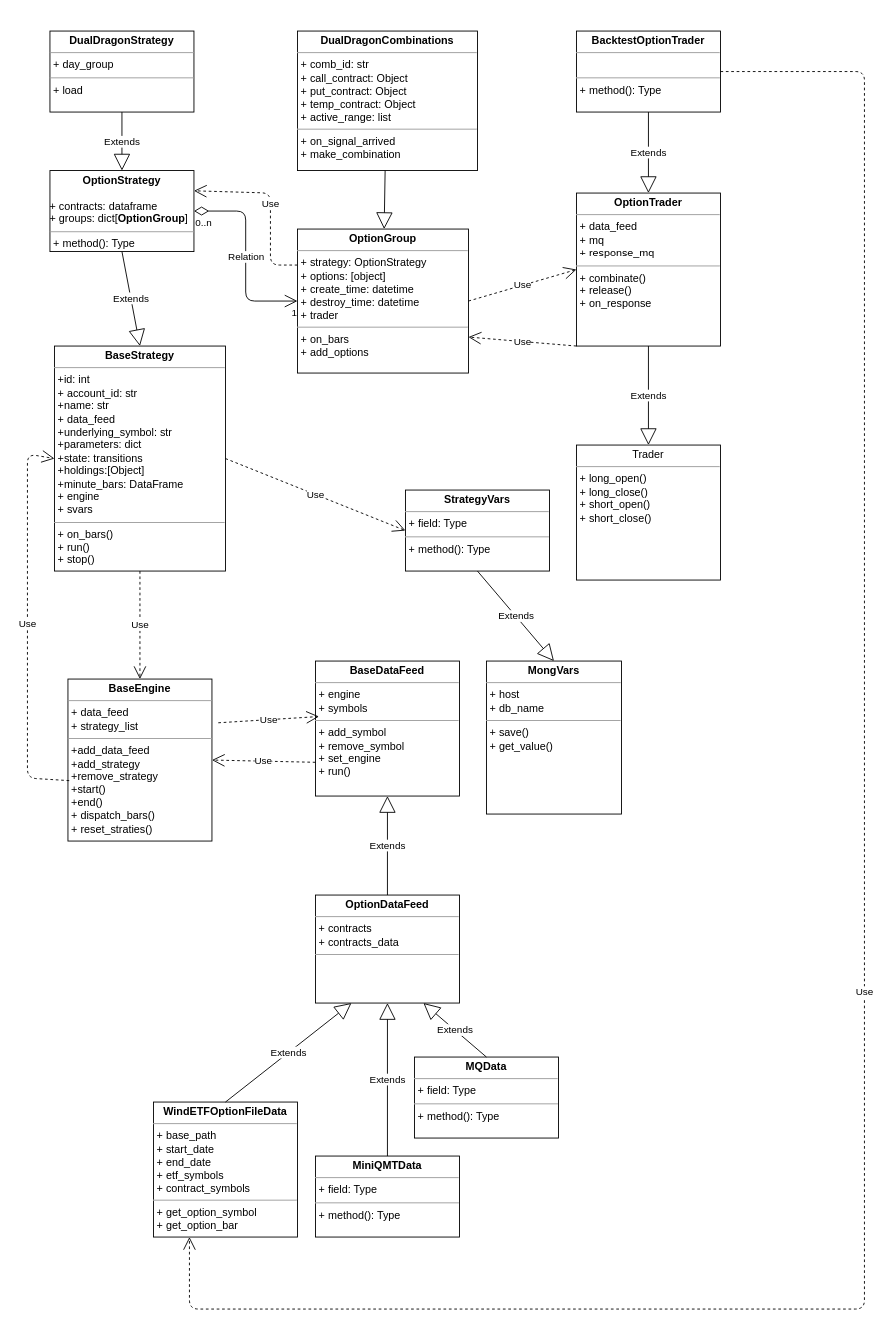
The draw.io diagram page "第 1 页" (1 of 2) of arch.drawio in pentcn/oquant, before the edit. Source tidied: cells renumbered, new cells numbered last; positions are measured from the earlier drawing's top-left corner, leaving out a move shared by most shapes. Both pictures are drawn from the tidied source at 90%, with x=0, y=0 at pixel (27, 31).
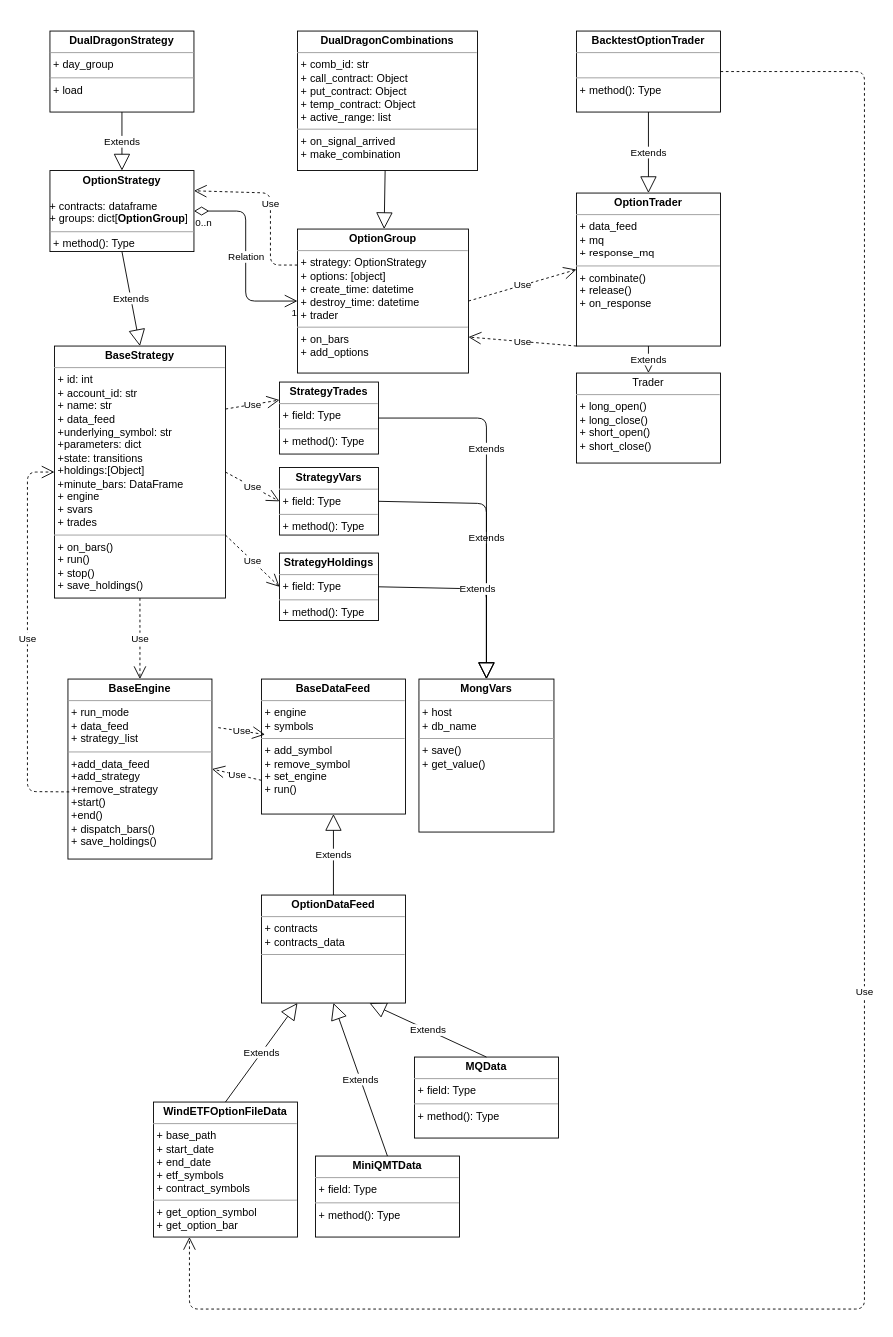
After the change.

Diff of the diagram source:
```diff
@@
-    <mxCell id="2" value="&lt;p style=&quot;margin:0px;margin-top:4px;text-align:center;&quot;&gt;&lt;b&gt;BaseStrategy&lt;/b&gt;&lt;/p&gt;&lt;hr size=&quot;1&quot;&gt;&lt;p style=&quot;margin:0px;margin-left:4px;&quot;&gt;+id: int&lt;/p&gt;&lt;p style=&quot;margin:0px;margin-left:4px;&quot;&gt;+&amp;nbsp;account_id: str&lt;br&gt;+name: str&lt;/p&gt;&lt;p style=&quot;margin:0px;margin-left:4px;&quot;&gt;+ data_feed&lt;br&gt;+underlying_symbol: str&lt;br&gt;&lt;span style=&quot;background-color: initial;&quot;&gt;+parameters: dict&lt;/span&gt;&lt;br&gt;&lt;/p&gt;&lt;p style=&quot;margin:0px;margin-left:4px;&quot;&gt;+state: transitions&lt;br&gt;+holdings:[Object]&lt;br&gt;+minute_bars: DataFrame&lt;/p&gt;&lt;p style=&quot;margin:0px;margin-left:4px;&quot;&gt;+ engine&lt;/p&gt;&lt;p style=&quot;margin:0px;margin-left:4px;&quot;&gt;+ svars&lt;/p&gt;&lt;hr size=&quot;1&quot;&gt;&lt;p style=&quot;margin:0px;margin-left:4px;&quot;&gt;&lt;span style=&quot;background-color: initial;&quot;&gt;+ on_bars()&lt;/span&gt;&lt;br&gt;&lt;/p&gt;&lt;p style=&quot;margin:0px;margin-left:4px;&quot;&gt;+ run()&lt;/p&gt;&lt;p style=&quot;margin:0px;margin-left:4px;&quot;&gt;+ stop()&lt;/p&gt;&lt;p style=&quot;margin:0px;margin-left:4px;&quot;&gt;&lt;br&gt;&lt;/p&gt;" style="verticalAlign=top;align=left;overflow=fill;fontSize=12;fontFamily=Helvetica;html=1;" parent="1" vertex="1">
-      <mxGeometry x="30" y="350" width="190" height="250" as="geometry" />
+    <mxCell id="2" value="&lt;p style=&quot;margin:0px;margin-top:4px;text-align:center;&quot;&gt;&lt;b&gt;BaseStrategy&lt;/b&gt;&lt;/p&gt;&lt;hr size=&quot;1&quot;&gt;&lt;p style=&quot;margin:0px;margin-left:4px;&quot;&gt;+ id: int&lt;/p&gt;&lt;p style=&quot;margin:0px;margin-left:4px;&quot;&gt;+&amp;nbsp;account_id: str&lt;br&gt;+ name: str&lt;/p&gt;&lt;p style=&quot;margin:0px;margin-left:4px;&quot;&gt;+ data_feed&lt;br&gt;+underlying_symbol: str&lt;br&gt;&lt;span style=&quot;background-color: initial;&quot;&gt;+parameters: dict&lt;/span&gt;&lt;br&gt;&lt;/p&gt;&lt;p style=&quot;margin:0px;margin-left:4px;&quot;&gt;+state: transitions&lt;br&gt;+holdings:[Object]&lt;br&gt;+minute_bars: DataFrame&lt;/p&gt;&lt;p style=&quot;margin:0px;margin-left:4px;&quot;&gt;+ engine&lt;/p&gt;&lt;p style=&quot;margin:0px;margin-left:4px;&quot;&gt;+ svars&lt;br&gt;+ trades&lt;/p&gt;&lt;hr size=&quot;1&quot;&gt;&lt;p style=&quot;margin:0px;margin-left:4px;&quot;&gt;&lt;span style=&quot;background-color: initial;&quot;&gt;+ on_bars()&lt;/span&gt;&lt;br&gt;&lt;/p&gt;&lt;p style=&quot;margin:0px;margin-left:4px;&quot;&gt;+ run()&lt;/p&gt;&lt;p style=&quot;margin:0px;margin-left:4px;&quot;&gt;+ stop()&lt;/p&gt;&lt;p style=&quot;margin:0px;margin-left:4px;&quot;&gt;+ save_holdings()&lt;/p&gt;&lt;p style=&quot;margin:0px;margin-left:4px;&quot;&gt;&lt;br&gt;&lt;/p&gt;" style="verticalAlign=top;align=left;overflow=fill;fontSize=12;fontFamily=Helvetica;html=1;" parent="1" vertex="1">
+      <mxGeometry x="30" y="350" width="190" height="280" as="geometry" />
     </mxCell>
@@
-    <mxCell id="9" value="&lt;p style=&quot;margin:0px;margin-top:4px;text-align:center;&quot;&gt;&lt;b&gt;BaseEngine&lt;/b&gt;&lt;/p&gt;&lt;hr size=&quot;1&quot;&gt;&lt;p style=&quot;margin:0px;margin-left:4px;&quot;&gt;+ data_feed&lt;br&gt;+ strategy_list&lt;/p&gt;&lt;hr size=&quot;1&quot;&gt;&lt;p style=&quot;margin:0px;margin-left:4px;&quot;&gt;+add_data_feed&lt;/p&gt;&lt;p style=&quot;margin:0px;margin-left:4px;&quot;&gt;+add_strategy&lt;/p&gt;&lt;p style=&quot;margin:0px;margin-left:4px;&quot;&gt;+remove_strategy&lt;/p&gt;&lt;p style=&quot;margin:0px;margin-left:4px;&quot;&gt;+start()&lt;/p&gt;&lt;p style=&quot;margin:0px;margin-left:4px;&quot;&gt;+end()&lt;/p&gt;&lt;p style=&quot;margin:0px;margin-left:4px;&quot;&gt;+ dispatch_bars()&lt;/p&gt;&lt;p style=&quot;margin:0px;margin-left:4px;&quot;&gt;+ reset_straties()&lt;/p&gt;" style="verticalAlign=top;align=left;overflow=fill;fontSize=12;fontFamily=Helvetica;html=1;" parent="1" vertex="1">
-      <mxGeometry x="45" y="720" width="160" height="180" as="geometry" />
+    <mxCell id="9" value="&lt;p style=&quot;margin:0px;margin-top:4px;text-align:center;&quot;&gt;&lt;b&gt;BaseEngine&lt;/b&gt;&lt;/p&gt;&lt;hr size=&quot;1&quot;&gt;&lt;p style=&quot;margin:0px;margin-left:4px;&quot;&gt;+ run_mode&lt;br&gt;+ data_feed&lt;br&gt;+ strategy_list&lt;/p&gt;&lt;hr size=&quot;1&quot;&gt;&lt;p style=&quot;margin:0px;margin-left:4px;&quot;&gt;+add_data_feed&lt;/p&gt;&lt;p style=&quot;margin:0px;margin-left:4px;&quot;&gt;+add_strategy&lt;/p&gt;&lt;p style=&quot;margin:0px;margin-left:4px;&quot;&gt;+remove_strategy&lt;/p&gt;&lt;p style=&quot;margin:0px;margin-left:4px;&quot;&gt;+start()&lt;/p&gt;&lt;p style=&quot;margin:0px;margin-left:4px;&quot;&gt;+end()&lt;/p&gt;&lt;p style=&quot;margin:0px;margin-left:4px;&quot;&gt;+ dispatch_bars()&lt;br&gt;+ save_holdings()&lt;/p&gt;" style="verticalAlign=top;align=left;overflow=fill;fontSize=12;fontFamily=Helvetica;html=1;" parent="1" vertex="1">
+      <mxGeometry x="45" y="720" width="160" height="200" as="geometry" />
     </mxCell>
     <mxCell id="10" value="Use" style="endArrow=open;endSize=12;dashed=1;html=1;exitX=0.009;exitY=0.627;exitDx=0;exitDy=0;exitPerimeter=0;entryX=0;entryY=0.5;entryDx=0;entryDy=0;" parent="1" edge="1" source="9" target="2">
       <mxGeometry relative="1" as="geometry">
         <Array as="points">
-          <mxPoint y="830" />
-          <mxPoint y="470" />
+          <mxPoint y="845" />
+          <mxPoint y="490" />
         </Array>
       </mxGeometry>
     </mxCell>
     <mxCell id="11" value="&lt;p style=&quot;margin:0px;margin-top:4px;text-align:center;&quot;&gt;&lt;b&gt;BaseDataFeed&lt;/b&gt;&lt;/p&gt;&lt;hr size=&quot;1&quot;&gt;&lt;p style=&quot;margin:0px;margin-left:4px;&quot;&gt;+ engine&lt;/p&gt;&lt;p style=&quot;margin:0px;margin-left:4px;&quot;&gt;+ symbols&lt;/p&gt;&lt;hr size=&quot;1&quot;&gt;&lt;p style=&quot;margin:0px;margin-left:4px;&quot;&gt;+ add_symbol&lt;/p&gt;&lt;p style=&quot;margin:0px;margin-left:4px;&quot;&gt;+ remove_symbol&lt;/p&gt;&lt;p style=&quot;margin:0px;margin-left:4px;&quot;&gt;+&amp;nbsp;set_engine&lt;/p&gt;&lt;p style=&quot;margin:0px;margin-left:4px;&quot;&gt;+ run()&lt;/p&gt;" style="verticalAlign=top;align=left;overflow=fill;fontSize=12;fontFamily=Helvetica;html=1;" parent="1" vertex="1">
-      <mxGeometry x="320" y="700" width="160" height="150" as="geometry" />
+      <mxGeometry x="260" y="720" width="160" height="150" as="geometry" />
     </mxCell>
@@
     <mxCell id="20" value="&lt;p style=&quot;margin:0px;margin-top:4px;text-align:center;&quot;&gt;Trader&lt;/p&gt;&lt;hr size=&quot;1&quot;&gt;&lt;p style=&quot;margin:0px;margin-left:4px;&quot;&gt;+ long_open()&lt;br&gt;+ long_close()&lt;br&gt;+ short_open()&lt;br&gt;+ short_close()&lt;/p&gt;&lt;p style=&quot;margin:0px;margin-left:4px;&quot;&gt;&lt;br&gt;&lt;/p&gt;&lt;p style=&quot;margin:0px;margin-left:4px;&quot;&gt;&lt;br&gt;&lt;/p&gt;" style="verticalAlign=top;align=left;overflow=fill;fontSize=12;fontFamily=Helvetica;html=1;" parent="1" vertex="1">
-      <mxGeometry x="610" y="460" width="160" height="150" as="geometry" />
+      <mxGeometry x="610" y="380" width="160" height="100" as="geometry" />
     </mxCell>
@@
     <mxCell id="29" value="&lt;p style=&quot;margin:0px;margin-top:4px;text-align:center;&quot;&gt;&lt;b&gt;OptionDataFeed&lt;/b&gt;&lt;/p&gt;&lt;hr size=&quot;1&quot;&gt;&lt;p style=&quot;margin:0px;margin-left:4px;&quot;&gt;+ contracts&lt;br&gt;+ contracts_data&lt;/p&gt;&lt;hr size=&quot;1&quot;&gt;&lt;p style=&quot;margin:0px;margin-left:4px;&quot;&gt;&lt;br&gt;&lt;/p&gt;" style="verticalAlign=top;align=left;overflow=fill;fontSize=12;fontFamily=Helvetica;html=1;" parent="1" vertex="1">
-      <mxGeometry x="320" y="960" width="160" height="120" as="geometry" />
+      <mxGeometry x="260" y="960" width="160" height="120" as="geometry" />
     </mxCell>
@@
     <mxCell id="35" value="&lt;p style=&quot;margin:0px;margin-top:4px;text-align:center;&quot;&gt;&lt;b&gt;MongVars&lt;/b&gt;&lt;/p&gt;&lt;hr size=&quot;1&quot;&gt;&lt;p style=&quot;margin:0px;margin-left:4px;&quot;&gt;+ host&lt;/p&gt;&lt;p style=&quot;margin:0px;margin-left:4px;&quot;&gt;+ db_name&lt;br&gt;&lt;/p&gt;&lt;hr size=&quot;1&quot;&gt;&lt;p style=&quot;margin:0px;margin-left:4px;&quot;&gt;+ save()&lt;/p&gt;&lt;p style=&quot;margin:0px;margin-left:4px;&quot;&gt;+ get_value()&lt;/p&gt;" style="verticalAlign=top;align=left;overflow=fill;fontSize=12;fontFamily=Helvetica;html=1;" parent="1" vertex="1">
-      <mxGeometry x="510" y="700" width="150" height="170" as="geometry" />
+      <mxGeometry x="435" y="720" width="150" height="170" as="geometry" />
     </mxCell>
     <mxCell id="36" value="&lt;p style=&quot;margin:0px;margin-top:4px;text-align:center;&quot;&gt;&lt;b&gt;StrategyVars&lt;/b&gt;&lt;br&gt;&lt;/p&gt;&lt;hr size=&quot;1&quot;&gt;&lt;p style=&quot;margin:0px;margin-left:4px;&quot;&gt;+ field: Type&lt;/p&gt;&lt;hr size=&quot;1&quot;&gt;&lt;p style=&quot;margin:0px;margin-left:4px;&quot;&gt;+ method(): Type&lt;/p&gt;" style="verticalAlign=top;align=left;overflow=fill;fontSize=12;fontFamily=Helvetica;html=1;" parent="1" vertex="1">
-      <mxGeometry x="420" y="510" width="160" height="90" as="geometry" />
+      <mxGeometry x="280" y="485" width="110" height="75" as="geometry" />
     </mxCell>
-    <mxCell id="37" value="Extends" style="endArrow=block;endSize=16;endFill=0;html=1;entryX=0.5;entryY=0;entryDx=0;entryDy=0;exitX=0.5;exitY=1;exitDx=0;exitDy=0;" parent="1" edge="1" source="36" target="35">
-      <mxGeometry relative="1" as="geometry" />
+    <mxCell id="37" value="Extends" style="endArrow=block;endSize=16;endFill=0;html=1;entryX=0.5;entryY=0;entryDx=0;entryDy=0;exitX=1;exitY=0.5;exitDx=0;exitDy=0;" parent="1" edge="1" source="36" target="35">
+      <mxGeometry relative="1" as="geometry">
+        <Array as="points">
+          <mxPoint x="510" y="525" />
+        </Array>
+      </mxGeometry>
     </mxCell>
@@
+    <mxCell id="40" value="&lt;p style=&quot;margin:0px;margin-top:4px;text-align:center;&quot;&gt;&lt;b&gt;StrategyTrades&lt;/b&gt;&lt;br&gt;&lt;/p&gt;&lt;hr size=&quot;1&quot;&gt;&lt;p style=&quot;margin:0px;margin-left:4px;&quot;&gt;+ field: Type&lt;/p&gt;&lt;hr size=&quot;1&quot;&gt;&lt;p style=&quot;margin:0px;margin-left:4px;&quot;&gt;+ method(): Type&lt;/p&gt;" style="verticalAlign=top;align=left;overflow=fill;fontSize=12;fontFamily=Helvetica;html=1;" parent="1" vertex="1">
+      <mxGeometry x="280" y="390" width="110" height="80" as="geometry" />
+    </mxCell>
+    <mxCell id="41" value="Extends" style="endArrow=block;endSize=16;endFill=0;html=1;exitX=1;exitY=0.5;exitDx=0;exitDy=0;" parent="1" edge="1" source="40">
+      <mxGeometry x="-0.25" relative="1" as="geometry">
+        <mxPoint x="510" y="720" as="targetPoint" />
+        <Array as="points">
+          <mxPoint x="510" y="430" />
+        </Array>
+      </mxGeometry>
+    </mxCell>
+    <mxCell id="42" value="Use" style="endArrow=open;endSize=12;dashed=1;html=1;exitX=1;exitY=0.25;exitDx=0;exitDy=0;entryX=0;entryY=0.25;entryDx=0;entryDy=0;" parent="1" edge="1" source="2" target="40">
+      <mxGeometry relative="1" as="geometry" />
+    </mxCell>
+    <mxCell id="43" value="&lt;p style=&quot;margin:0px;margin-top:4px;text-align:center;&quot;&gt;&lt;b&gt;StrategyHoldings&lt;/b&gt;&lt;br&gt;&lt;/p&gt;&lt;hr size=&quot;1&quot;&gt;&lt;p style=&quot;margin:0px;margin-left:4px;&quot;&gt;+ field: Type&lt;/p&gt;&lt;hr size=&quot;1&quot;&gt;&lt;p style=&quot;margin:0px;margin-left:4px;&quot;&gt;+ method(): Type&lt;/p&gt;" style="verticalAlign=top;align=left;overflow=fill;fontSize=12;fontFamily=Helvetica;html=1;" parent="1" vertex="1">
+      <mxGeometry x="280" y="580" width="110" height="75" as="geometry" />
+    </mxCell>
+    <mxCell id="44" value="Extends" style="endArrow=block;endSize=16;endFill=0;html=1;entryX=0.5;entryY=0;entryDx=0;entryDy=0;exitX=1;exitY=0.5;exitDx=0;exitDy=0;" parent="1" edge="1" source="43" target="35">
+      <mxGeometry relative="1" as="geometry">
+        <Array as="points">
+          <mxPoint x="510" y="620" />
+        </Array>
+      </mxGeometry>
+    </mxCell>
+    <mxCell id="45" value="Use" style="endArrow=open;endSize=12;dashed=1;html=1;exitX=1;exitY=0.75;exitDx=0;exitDy=0;entryX=0;entryY=0.5;entryDx=0;entryDy=0;" parent="1" edge="1" source="2" target="43">
+      <mxGeometry relative="1" as="geometry" />
+    </mxCell>
```
